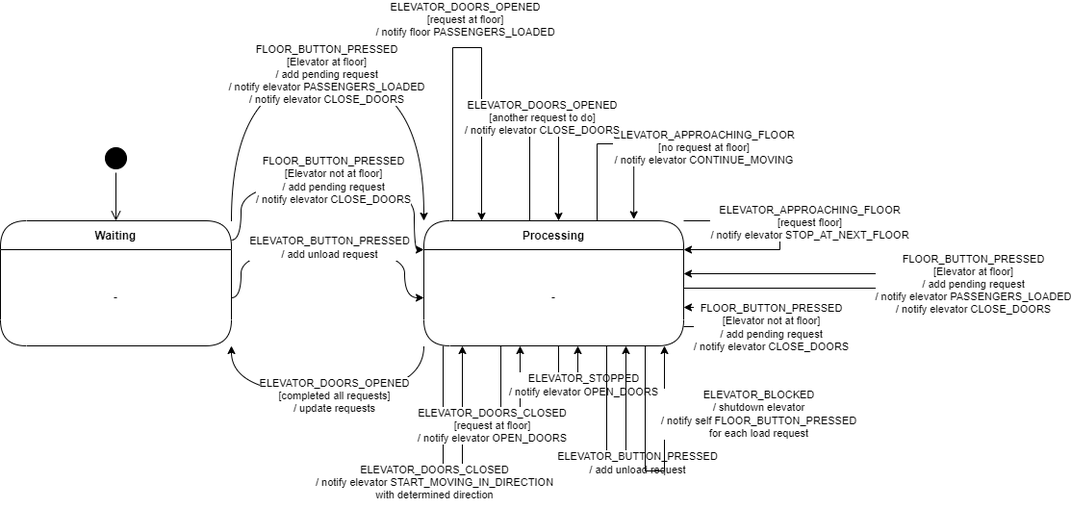
Before: UML_Diagrams/UML_State_Diagram-Scheduler.drawio.png, a diagram exported from draw.io (robsim378/sysc_3303_project). Source tidied: cells renumbered, new cells last; positions are measured from the earlier drawing's top-left corner, leaving out a move shared by most shapes.
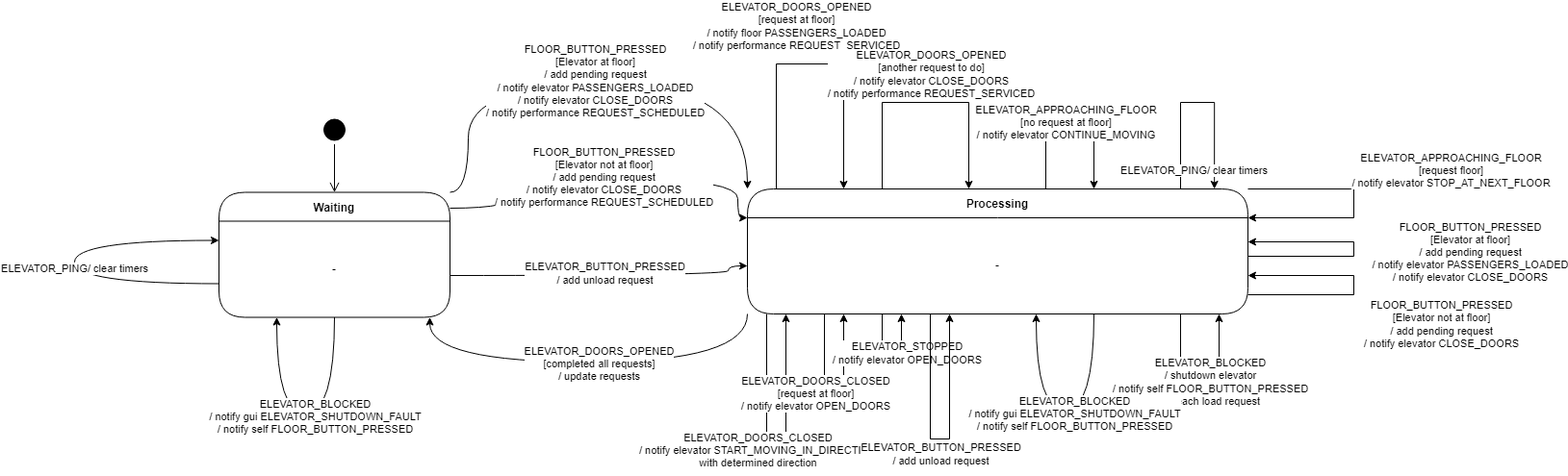
Later version of the same file.

Diff of the diagram source:
```diff
@@ -5,12 +5,13 @@
     <mxCell id="2" style="edgeStyle=orthogonalEdgeStyle;rounded=0;jettySize=auto;html=1;curved=1;exitX=1;exitY=0;exitDx=0;exitDy=0;entryX=0;entryY=0;entryDx=0;entryDy=0;" parent="1" edge="1" source="4" target="10">
       <mxGeometry relative="1" as="geometry">
         <Array as="points">
-          <mxPoint x="240" y="30" />
-          <mxPoint x="440" y="30" />
+          <mxPoint x="259" y="180.5" />
+          <mxPoint x="259" y="66.5" />
+          <mxPoint x="549" y="66.5" />
         </Array>
       </mxGeometry>
     </mxCell>
-    <mxCell id="3" value="FLOOR_BUTTON_PRESSED&lt;br&gt;[Elevator at floor]&lt;br&gt;/ add pending request&lt;br&gt;/ notify elevator PASSENGERS_LOADED&lt;br&gt;/ notify elevator CLOSE_DOORS" style="edgeLabel;html=1;align=center;verticalAlign=middle;" parent="2" vertex="1">
+    <mxCell id="3" value="FLOOR_BUTTON_PRESSED&lt;br&gt;[Elevator at floor]&lt;br&gt;/ add pending request&lt;br&gt;/ notify elevator PASSENGERS_LOADED&lt;br&gt;/ notify elevator CLOSE_DOORS&lt;br&gt;/ notify performance REQUEST_SCHEDULED" style="edgeLabel;html=1;align=center;verticalAlign=middle;" parent="2" vertex="1">
       <mxGeometry x="-0.03" y="3" relative="1" as="geometry">
         <mxPoint x="5" as="offset" />
       </mxGeometry>
@@ -21,12 +22,35 @@
     <mxCell id="5" value="-" style="text;html=1;strokeColor=none;fillColor=none;align=center;verticalAlign=middle;spacingLeft=4;spacingRight=4;whiteSpace=wrap;overflow=hidden;fontColor=#000000;" parent="4" vertex="1">
       <mxGeometry y="30" width="240" height="100" as="geometry" />
     </mxCell>
+    <mxCell id="38" style="edgeStyle=orthogonalEdgeStyle;curved=1;rounded=0;orthogonalLoop=1;jettySize=auto;html=1;" parent="4" edge="1" source="5" target="5">
+      <mxGeometry relative="1" as="geometry">
+        <Array as="points">
+          <mxPoint x="-150" y="95" />
+          <mxPoint x="-150" y="50" />
+        </Array>
+      </mxGeometry>
+    </mxCell>
+    <mxCell id="39" value="ELEVATOR_PING/ clear timers" style="edgeLabel;html=1;align=center;verticalAlign=middle;" parent="38" vertex="1">
+      <mxGeometry x="-0.04" y="1" relative="1" as="geometry" />
+    </mxCell>
+    <mxCell id="40" style="edgeStyle=orthogonalEdgeStyle;rounded=0;orthogonalLoop=1;jettySize=auto;html=1;curved=1;entryX=0.25;entryY=1;entryDx=0;entryDy=0;exitX=0.5;exitY=1;exitDx=0;exitDy=0;" parent="4" edge="1" source="5" target="5">
+      <mxGeometry relative="1" as="geometry">
+        <Array as="points">
+          <mxPoint x="120" y="230" />
+          <mxPoint x="60" y="230" />
+        </Array>
+      </mxGeometry>
+    </mxCell>
+    <mxCell id="41" value="ELEVATOR_BLOCKED&lt;br&gt;/ notify gui ELEVATOR_SHUTDOWN_FAULT&lt;br&gt;/ notify self FLOOR_BUTTON_PRESSED" style="edgeLabel;html=1;align=center;verticalAlign=middle;" parent="40" vertex="1">
+      <mxGeometry x="-0.03" y="3" relative="1" as="geometry">
+        <mxPoint x="5" as="offset" />
+      </mxGeometry>
+    </mxCell>
-    <mxCell id="6" style="edgeStyle=orthogonalEdgeStyle;curved=1;rounded=0;jettySize=auto;html=1;entryX=1;entryY=1;entryDx=0;entryDy=0;exitX=0;exitY=1;exitDx=0;exitDy=0;" parent="1" edge="1" source="11">
+    <mxCell id="6" style="edgeStyle=orthogonalEdgeStyle;curved=1;rounded=0;jettySize=auto;html=1;exitX=0;exitY=1;exitDx=0;exitDy=0;" parent="1" edge="1" source="11" target="5">
       <mxGeometry relative="1" as="geometry">
-        <mxPoint x="240" y="310" as="targetPoint" />
         <Array as="points">
-          <mxPoint x="440" y="360" />
-          <mxPoint x="240" y="360" />
+          <mxPoint x="549" y="356.5" />
+          <mxPoint x="219" y="356.5" />
         </Array>
       </mxGeometry>
     </mxCell>
@@ -36,68 +60,79 @@
     <mxCell id="8" style="edgeStyle=orthogonalEdgeStyle;rounded=0;orthogonalLoop=1;jettySize=auto;html=1;" parent="1" edge="1" source="10" target="10">
       <mxGeometry relative="1" as="geometry">
         <Array as="points">
-          <mxPoint x="470" />
-          <mxPoint x="500" />
+          <mxPoint x="579" y="46.5" />
+          <mxPoint x="649" y="46.5" />
         </Array>
       </mxGeometry>
     </mxCell>
-    <mxCell id="9" value="ELEVATOR_DOORS_OPENED&lt;br style=&quot;border-color: var(--border-color);&quot;&gt;[request at floor]&lt;br&gt;/ notify floor PASSENGERS_LOADED" style="edgeLabel;html=1;align=center;verticalAlign=middle;" parent="8" vertex="1">
+    <mxCell id="9" value="ELEVATOR_DOORS_OPENED&lt;br style=&quot;border-color: var(--border-color);&quot;&gt;[request at floor]&lt;br&gt;/ notify floor PASSENGERS_LOADED&lt;br&gt;/ notify performance REQUEST_SERVICED" style="edgeLabel;html=1;align=center;verticalAlign=middle;" parent="8" vertex="1">
       <mxGeometry x="0.26" relative="1" as="geometry">
-        <mxPoint x="-18" y="-66" as="offset" />
+        <mxPoint x="-50" y="-48" as="offset" />
       </mxGeometry>
     </mxCell>
     <mxCell id="10" value="Processing" style="swimlane;fontStyle=1;align=center;verticalAlign=middle;horizontal=1;startSize=30;fontColor=#000000;rounded=1;arcSize=30;strokeColor=#000000;fillColor=#FFFFFF;swimlaneFillColor=#FFFFFF;" parent="1" vertex="1">
-      <mxGeometry x="440" y="180" width="270" height="130" as="geometry" />
+      <mxGeometry x="549" y="176.5" width="520" height="130" as="geometry" />
     </mxCell>
     <mxCell id="11" value="-" style="text;html=1;strokeColor=none;fillColor=none;align=center;verticalAlign=middle;spacingLeft=4;spacingRight=4;whiteSpace=wrap;overflow=hidden;fontColor=#000000;" parent="10" vertex="1">
-      <mxGeometry y="30" width="270" height="100" as="geometry" />
+      <mxGeometry y="30" width="520" height="100" as="geometry" />
     </mxCell>
     <mxCell id="12" style="edgeStyle=orthogonalEdgeStyle;rounded=0;jettySize=auto;html=1;exitX=1;exitY=0;exitDx=0;exitDy=0;entryX=1;entryY=0;entryDx=0;entryDy=0;" parent="10" edge="1" source="10" target="11">
       <mxGeometry relative="1" as="geometry">
         <Array as="points">
-          <mxPoint x="370" />
-          <mxPoint x="370" y="30" />
+          <mxPoint x="630" />
+          <mxPoint x="630" y="30" />
         </Array>
       </mxGeometry>
     </mxCell>
     <mxCell id="13" value="ELEVATOR_APPROACHING_FLOOR&lt;br style=&quot;border-color: var(--border-color);&quot;&gt;[request floor]&lt;br style=&quot;border-color: var(--border-color);&quot;&gt;/ notify elevator STOP_AT_NEXT_FLOOR" style="edgeLabel;html=1;align=center;verticalAlign=middle;" parent="12" vertex="1">
       <mxGeometry x="-0.02" y="-1" relative="1" as="geometry">
-        <mxPoint x="31" y="-12" as="offset" />
+        <mxPoint x="101" y="-33" as="offset" />
       </mxGeometry>
     </mxCell>
     <mxCell id="14" style="edgeStyle=orthogonalEdgeStyle;rounded=0;orthogonalLoop=1;jettySize=auto;html=1;entryX=1;entryY=0.25;entryDx=0;entryDy=0;" parent="10" edge="1" source="11" target="11">
       <mxGeometry relative="1" as="geometry">
         <Array as="points">
-          <mxPoint x="480" y="70" />
-          <mxPoint x="480" y="55" />
+          <mxPoint x="630" y="70" />
+          <mxPoint x="630" y="55" />
         </Array>
       </mxGeometry>
     </mxCell>
     <mxCell id="15" value="FLOOR_BUTTON_PRESSED&lt;br style=&quot;border-color: var(--border-color);&quot;&gt;[Elevator at floor]&lt;br style=&quot;border-color: var(--border-color);&quot;&gt;/ add pending request&lt;br style=&quot;border-color: var(--border-color);&quot;&gt;/ notify elevator PASSENGERS_LOADED&lt;br style=&quot;border-color: var(--border-color);&quot;&gt;/ notify elevator CLOSE_DOORS" style="edgeLabel;html=1;align=center;verticalAlign=middle;" parent="14" vertex="1">
       <mxGeometry relative="1" as="geometry">
-        <mxPoint x="90" y="2" as="offset" />
+        <mxPoint x="120" y="2" as="offset" />
       </mxGeometry>
     </mxCell>
+    <mxCell id="36" style="edgeStyle=orthogonalEdgeStyle;rounded=0;orthogonalLoop=1;jettySize=auto;html=1;" parent="10" edge="1" source="11" target="11">
+      <mxGeometry relative="1" as="geometry">
+        <Array as="points">
+          <mxPoint x="450" y="220" />
+          <mxPoint x="490" y="220" />
+        </Array>
+      </mxGeometry>
+    </mxCell>
+    <mxCell id="37" value="ELEVATOR_BLOCKED&lt;br&gt;/ shutdown elevator&lt;br&gt;/ notify self FLOOR_BUTTON_PRESSED&lt;br&gt;for each load request" style="edgeLabel;html=1;align=center;verticalAlign=middle;" parent="36" vertex="1">
+      <mxGeometry x="0.07" y="1" relative="1" as="geometry">
+        <mxPoint x="2" y="-19" as="offset" />
+      </mxGeometry>
+    </mxCell>
-    <mxCell id="16" style="edgeStyle=orthogonalEdgeStyle;rounded=0;orthogonalLoop=1;jettySize=auto;html=1;entryX=0.808;entryY=-0.012;entryDx=0;entryDy=0;entryPerimeter=0;" parent="1" edge="1" source="10" target="10">
+    <mxCell id="16" style="edgeStyle=orthogonalEdgeStyle;rounded=0;orthogonalLoop=1;jettySize=auto;html=1;" parent="1" edge="1" source="10" target="10">
       <mxGeometry relative="1" as="geometry">
         <Array as="points">
-          <mxPoint x="620" y="100" />
-          <mxPoint x="658" y="100" />
+          <mxPoint x="859" y="96.5" />
+          <mxPoint x="909" y="96.5" />
         </Array>
       </mxGeometry>
     </mxCell>
     <mxCell id="17" value="ELEVATOR_APPROACHING_FLOOR&lt;br&gt;[no request at floor]&lt;br&gt;/ notify elevator CONTINUE_MOVING" style="edgeLabel;html=1;align=center;verticalAlign=middle;" parent="16" vertex="1">
       <mxGeometry x="-0.5" y="1" relative="1" as="geometry">
-        <mxPoint x="111" y="-27" as="offset" />
+        <mxPoint x="21" y="-17" as="offset" />
       </mxGeometry>
     </mxCell>
     <mxCell id="18" style="edgeStyle=orthogonalEdgeStyle;rounded=0;jettySize=auto;html=1;curved=1;" parent="1" edge="1" source="5" target="11">
       <mxGeometry relative="1" as="geometry">
         <Array as="points">
-          <mxPoint x="250" y="260" />
-          <mxPoint x="250" y="210" />
-          <mxPoint x="420" y="210" />
-          <mxPoint x="420" y="260" />
+          <mxPoint x="529" y="266.5" />
+          <mxPoint x="529" y="256.5" />
         </Array>
       </mxGeometry>
     </mxCell>
@@ -109,27 +144,27 @@
     <mxCell id="20" style="edgeStyle=orthogonalEdgeStyle;rounded=0;orthogonalLoop=1;jettySize=auto;html=1;" parent="1" edge="1" source="10" target="10">
       <mxGeometry relative="1" as="geometry">
         <Array as="points">
-          <mxPoint x="550" y="90" />
-          <mxPoint x="580" y="90" />
+          <mxPoint x="689" y="86.5" />
+          <mxPoint x="779" y="86.5" />
         </Array>
       </mxGeometry>
     </mxCell>
-    <mxCell id="21" value="ELEVATOR_DOORS_OPENED&lt;br&gt;[another request to do]&lt;br&gt;/ notify elevator CLOSE_DOORS" style="edgeLabel;html=1;align=center;verticalAlign=middle;" parent="20" vertex="1">
+    <mxCell id="21" value="ELEVATOR_DOORS_OPENED&lt;br&gt;[another request to do]&lt;br&gt;/ notify elevator CLOSE_DOORS&lt;br&gt;/ notify performance REQUEST_SERVICED" style="edgeLabel;html=1;align=center;verticalAlign=middle;" parent="20" vertex="1">
       <mxGeometry x="0.26" relative="1" as="geometry">
-        <mxPoint x="-18" y="-30" as="offset" />
+        <mxPoint x="-30" y="-30" as="offset" />
       </mxGeometry>
     </mxCell>
     <mxCell id="22" style="edgeStyle=orthogonalEdgeStyle;rounded=0;jettySize=auto;html=1;curved=1;entryX=0;entryY=0;entryDx=0;entryDy=0;" parent="1" edge="1" source="4" target="11">
       <mxGeometry relative="1" as="geometry">
         <Array as="points">
-          <mxPoint x="250" y="200" />
-          <mxPoint x="250" y="140" />
-          <mxPoint x="430" y="140" />
-          <mxPoint x="430" y="210" />
+          <mxPoint x="309" y="196.5" />
+          <mxPoint x="309" y="166.5" />
+          <mxPoint x="539" y="166.5" />
+          <mxPoint x="539" y="206.5" />
         </Array>
       </mxGeometry>
     </mxCell>
-    <mxCell id="23" value="FLOOR_BUTTON_PRESSED&lt;br&gt;[Elevator not at floor]&lt;br&gt;/ add pending request&lt;br&gt;/ notify elevator CLOSE_DOORS" style="edgeLabel;html=1;align=center;verticalAlign=middle;" parent="22" vertex="1">
+    <mxCell id="23" value="FLOOR_BUTTON_PRESSED&lt;br&gt;[Elevator not at floor]&lt;br&gt;/ add pending request&lt;br&gt;/ notify elevator CLOSE_DOORS&lt;br&gt;/ notify performance REQUEST_SCHEDULED" style="edgeLabel;html=1;align=center;verticalAlign=middle;" parent="22" vertex="1">
       <mxGeometry x="-0.03" y="3" relative="1" as="geometry">
         <mxPoint x="5" as="offset" />
       </mxGeometry>
@@ -137,8 +172,8 @@
     <mxCell id="24" style="edgeStyle=orthogonalEdgeStyle;rounded=0;orthogonalLoop=1;jettySize=auto;html=1;" parent="1" edge="1" source="10" target="10">
       <mxGeometry relative="1" as="geometry">
         <Array as="points">
-          <mxPoint x="460" y="470" />
-          <mxPoint x="480" y="470" />
+          <mxPoint x="569" y="466.5" />
+          <mxPoint x="589" y="466.5" />
         </Array>
       </mxGeometry>
     </mxCell>
@@ -150,8 +185,8 @@
     <mxCell id="26" style="edgeStyle=orthogonalEdgeStyle;rounded=0;orthogonalLoop=1;jettySize=auto;html=1;" parent="1" edge="1" source="10" target="10">
       <mxGeometry relative="1" as="geometry">
         <Array as="points">
-          <mxPoint x="520" y="390" />
-          <mxPoint x="540" y="390" />
+          <mxPoint x="629" y="386.5" />
+          <mxPoint x="649" y="386.5" />
         </Array>
       </mxGeometry>
     </mxCell>
@@ -163,8 +198,8 @@
     <mxCell id="28" style="edgeStyle=orthogonalEdgeStyle;rounded=0;orthogonalLoop=1;jettySize=auto;html=1;" parent="1" edge="1" source="10" target="10">
       <mxGeometry relative="1" as="geometry">
         <Array as="points">
-          <mxPoint x="580" y="340" />
-          <mxPoint x="600" y="340" />
+          <mxPoint x="689" y="336.5" />
+          <mxPoint x="709" y="336.5" />
         </Array>
       </mxGeometry>
     </mxCell>
@@ -176,27 +211,27 @@
     <mxCell id="30" style="edgeStyle=orthogonalEdgeStyle;rounded=0;orthogonalLoop=1;jettySize=auto;html=1;" parent="1" edge="1" source="10" target="10">
       <mxGeometry relative="1" as="geometry">
         <Array as="points">
-          <mxPoint x="820" y="290" />
-          <mxPoint x="820" y="270" />
+          <mxPoint x="1179" y="286.5" />
+          <mxPoint x="1179" y="266.5" />
         </Array>
       </mxGeometry>
     </mxCell>
     <mxCell id="31" value="FLOOR_BUTTON_PRESSED&lt;br style=&quot;border-color: var(--border-color);&quot;&gt;[Elevator not at floor]&lt;br style=&quot;border-color: var(--border-color);&quot;&gt;/ add pending request&lt;br style=&quot;border-color: var(--border-color);&quot;&gt;/ notify elevator CLOSE_DOORS" style="edgeLabel;html=1;align=center;verticalAlign=middle;" parent="30" vertex="1">
       <mxGeometry relative="1" as="geometry">
-        <mxPoint x="-20" y="10" as="offset" />
+        <mxPoint x="90" y="40" as="offset" />
       </mxGeometry>
     </mxCell>
     <mxCell id="32" style="edgeStyle=orthogonalEdgeStyle;rounded=0;orthogonalLoop=1;jettySize=auto;html=1;" parent="1" edge="1" source="10" target="10">
       <mxGeometry relative="1" as="geometry">
         <Array as="points">
-          <mxPoint x="630" y="440" />
-          <mxPoint x="650" y="440" />
+          <mxPoint x="739" y="436.5" />
+          <mxPoint x="759" y="436.5" />
         </Array>
       </mxGeometry>
     </mxCell>
     <mxCell id="33" value="ELEVATOR_BUTTON_PRESSED&lt;br style=&quot;border-color: var(--border-color);&quot;&gt;/ add unload request" style="edgeLabel;html=1;align=center;verticalAlign=middle;" parent="32" vertex="1">
       <mxGeometry x="0.07" y="1" relative="1" as="geometry">
-        <mxPoint x="12" y="-9" as="offset" />
+        <mxPoint x="-9" y="15" as="offset" />
       </mxGeometry>
     </mxCell>
     <mxCell id="34" style="ellipse;html=1;shape=startState;fillColor=#000000;strokeColor=#000000;" parent="1" vertex="1">
@@ -205,20 +240,33 @@
     <mxCell id="35" style="edgeStyle=orthogonalEdgeStyle;html=1;verticalAlign=bottom;endArrow=open;endSize=8;strokeColor=#000000;rounded=0;entryX=0.5;entryY=0;entryDx=0;entryDy=0;" parent="1" edge="1" source="34" target="4">
       <mxGeometry relative="1" as="geometry" />
     </mxCell>
-    <mxCell id="36" style="edgeStyle=orthogonalEdgeStyle;rounded=0;orthogonalLoop=1;jettySize=auto;html=1;" parent="1" edge="1">
-      <mxGeometry relative="1" as="geometry">
-        <mxPoint x="670" y="310" as="sourcePoint" />
-        <mxPoint x="690" y="310" as="targetPoint" />
-        <Array as="points">
-          <mxPoint x="670" y="440" />
-          <mxPoint x="690" y="440" />
-        </Array>
-      </mxGeometry>
-    </mxCell>
-    <mxCell id="37" value="ELEVATOR_BLOCKED&lt;br&gt;/ shutdown elevator&lt;br&gt;/ notify self FLOOR_BUTTON_PRESSED&lt;br&gt;for each load request" style="edgeLabel;html=1;align=center;verticalAlign=middle;" parent="36" vertex="1">
-      <mxGeometry x="0.07" y="1" relative="1" as="geometry">
-        <mxPoint x="98" y="-60" as="offset" />
-      </mxGeometry>
-    </mxCell>
+    <mxCell id="42" style="edgeStyle=orthogonalEdgeStyle;rounded=0;orthogonalLoop=1;jettySize=auto;html=1;entryX=0.933;entryY=0;entryDx=0;entryDy=0;entryPerimeter=0;" parent="1" edge="1" source="10" target="10">
+      <mxGeometry relative="1" as="geometry">
+        <Array as="points">
+          <mxPoint x="999" y="86.5" />
+          <mxPoint x="1034" y="86.5" />
+        </Array>
+      </mxGeometry>
+    </mxCell>
+    <mxCell id="43" value="ELEVATOR_PING/ clear timers" style="edgeLabel;html=1;align=center;verticalAlign=middle;" parent="42" vertex="1">
+      <mxGeometry x="-0.04" y="1" relative="1" as="geometry">
+        <mxPoint y="71" as="offset" />
+      </mxGeometry>
+    </mxCell>
+    <mxCell id="44" style="edgeStyle=orthogonalEdgeStyle;rounded=0;orthogonalLoop=1;jettySize=auto;html=1;curved=1;entryX=0.25;entryY=1;entryDx=0;entryDy=0;exitX=0.5;exitY=1;exitDx=0;exitDy=0;" parent="1" edge="1">
+      <mxGeometry relative="1" as="geometry">
+        <mxPoint x="909" y="306.5" as="sourcePoint" />
+        <mxPoint x="849" y="306.5" as="targetPoint" />
+        <Array as="points">
+          <mxPoint x="909" y="406.5" />
+          <mxPoint x="849" y="406.5" />
+        </Array>
+      </mxGeometry>
+    </mxCell>
+    <mxCell id="45" value="ELEVATOR_BLOCKED&lt;br&gt;/ notify gui ELEVATOR_SHUTDOWN_FAULT&lt;br&gt;/ notify self FLOOR_BUTTON_PRESSED" style="edgeLabel;html=1;align=center;verticalAlign=middle;" parent="44" vertex="1">
+      <mxGeometry x="-0.03" y="3" relative="1" as="geometry">
+        <mxPoint x="5" as="offset" />
+      </mxGeometry>
+    </mxCell>
   </root>
 </mxGraphModel>
```
